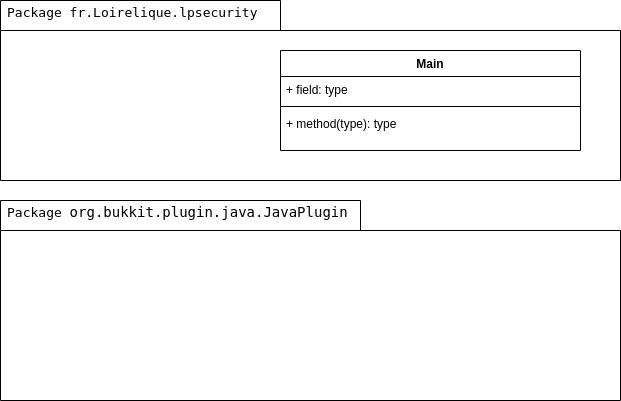
Above: doc/DiagClass-LPsecurity.drawio.png in dim-blanchard/LPsecurity (draw.io), before the change. Source tidied: cells renumbered, new cells last; positions are measured from the earlier drawing's top-left corner, leaving out a move shared by most shapes.
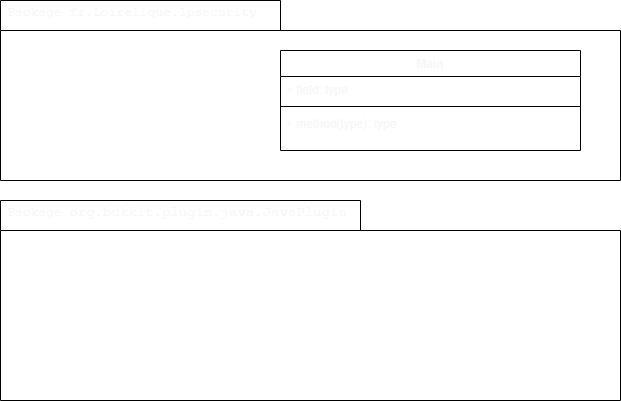
The same file after the commit.

Commit message:
Mise à jour doc

The edit, as a diff of the source:
```diff
@@ -2,22 +2,22 @@
   <root>
     <mxCell id="0" />
     <mxCell id="1" parent="0" />
-    <mxCell id="2" value="&lt;div style=&quot;font-family: &amp;quot;droid sans mono&amp;quot; , monospace , monospace ; font-size: 13px ; line-height: 19px&quot;&gt;Package fr.Loirelique.lpsecurity&lt;/div&gt;" style="shape=folder;xSize=90;align=left;spacingLeft=10;align=left;verticalAlign=top;spacingLeft=5;spacingTop=-4;tabWidth=280;tabHeight=30;tabPosition=left;html=1;strokeWidth=1;fillColor=none;gradientColor=none;fontColor=#000000;labelBorderColor=none;" parent="1" vertex="1">
+    <mxCell id="2" value="&lt;div style=&quot;font-family: &amp;quot;droid sans mono&amp;quot; , monospace , monospace ; font-size: 13px ; line-height: 19px&quot;&gt;Package fr.Loirelique.lpsecurity&lt;/div&gt;" style="shape=folder;xSize=90;align=left;spacingLeft=10;align=left;verticalAlign=top;spacingLeft=5;spacingTop=-4;tabWidth=280;tabHeight=30;tabPosition=left;html=1;strokeWidth=1;fillColor=none;gradientColor=none;fontColor=#F7F7F7;labelBorderColor=none;" parent="1" vertex="1">
       <mxGeometry width="620" height="180" as="geometry" />
     </mxCell>
-    <mxCell id="3" value="Main &#10;" style="swimlane;fontStyle=1;align=center;verticalAlign=top;horizontal=1;startSize=26;whiteSpace=wrap;fontColor=#000000;labelBorderColor=none;" parent="1" vertex="1">
+    <mxCell id="3" value="Main &#10;" style="swimlane;fontStyle=1;align=center;verticalAlign=top;horizontal=1;startSize=26;whiteSpace=wrap;fontColor=#F7F7F7;labelBorderColor=none;" parent="1" vertex="1">
       <mxGeometry x="280" y="50" width="300" height="100" as="geometry" />
     </mxCell>
-    <mxCell id="4" value="+ field: type" style="text;strokeColor=none;fillColor=none;align=left;verticalAlign=top;spacingLeft=4;spacingRight=4;overflow=hidden;fontColor=#000000;labelBorderColor=none;" parent="3" vertex="1">
+    <mxCell id="4" value="+ field: type" style="text;strokeColor=none;fillColor=none;align=left;verticalAlign=top;spacingLeft=4;spacingRight=4;overflow=hidden;fontColor=#F7F7F7;labelBorderColor=none;" parent="3" vertex="1">
       <mxGeometry y="26" width="300" height="26" as="geometry" />
     </mxCell>
-    <mxCell id="5" style="line;strokeWidth=1;fillColor=none;align=left;verticalAlign=middle;spacingTop=-1;spacingLeft=3;spacingRight=3;labelPosition=right;fontColor=#000000;labelBorderColor=none;" parent="3" vertex="1">
+    <mxCell id="5" style="line;strokeWidth=1;fillColor=none;align=left;verticalAlign=middle;spacingTop=-1;spacingLeft=3;spacingRight=3;labelPosition=right;fontColor=#F7F7F7;labelBorderColor=none;" parent="3" vertex="1">
       <mxGeometry y="52" width="300" height="8" as="geometry" />
     </mxCell>
-    <mxCell id="6" value="+ method(type): type&#10;" style="text;strokeColor=none;fillColor=none;align=left;verticalAlign=top;spacingLeft=4;spacingRight=4;overflow=hidden;fontColor=#000000;labelBorderColor=none;" parent="3" vertex="1">
+    <mxCell id="6" value="+ method(type): type&#10;" style="text;strokeColor=none;fillColor=none;align=left;verticalAlign=top;spacingLeft=4;spacingRight=4;overflow=hidden;fontColor=#F7F7F7;labelBorderColor=none;" parent="3" vertex="1">
       <mxGeometry y="60" width="300" height="40" as="geometry" />
     </mxCell>
-    <mxCell id="7" value="&lt;div style=&quot;font-family: &amp;quot;droid sans mono&amp;quot; , monospace , monospace ; font-size: 13px ; line-height: 19px&quot;&gt;&lt;font&gt;Package&amp;nbsp;&lt;span style=&quot;font-family: &amp;quot;droid sans mono&amp;quot; , monospace , monospace ; font-size: 14px&quot;&gt;org&lt;/span&gt;&lt;span style=&quot;font-family: &amp;quot;droid sans mono&amp;quot; , monospace , monospace ; font-size: 14px&quot;&gt;.&lt;/span&gt;&lt;span style=&quot;font-family: &amp;quot;droid sans mono&amp;quot; , monospace , monospace ; font-size: 14px&quot;&gt;bukkit&lt;/span&gt;&lt;span style=&quot;font-family: &amp;quot;droid sans mono&amp;quot; , monospace , monospace ; font-size: 14px&quot;&gt;.&lt;/span&gt;&lt;span style=&quot;font-family: &amp;quot;droid sans mono&amp;quot; , monospace , monospace ; font-size: 14px&quot;&gt;plugin&lt;/span&gt;&lt;span style=&quot;font-family: &amp;quot;droid sans mono&amp;quot; , monospace , monospace ; font-size: 14px&quot;&gt;.&lt;/span&gt;&lt;span style=&quot;font-family: &amp;quot;droid sans mono&amp;quot; , monospace , monospace ; font-size: 14px&quot;&gt;java&lt;/span&gt;&lt;span style=&quot;font-family: &amp;quot;droid sans mono&amp;quot; , monospace , monospace ; font-size: 14px&quot;&gt;.&lt;/span&gt;&lt;span style=&quot;font-family: &amp;quot;droid sans mono&amp;quot; , monospace , monospace ; font-size: 14px&quot;&gt;JavaPlugin&lt;/span&gt;&lt;/font&gt;&lt;/div&gt;" style="shape=folder;xSize=90;align=left;spacingLeft=10;align=left;verticalAlign=top;spacingLeft=5;spacingTop=-4;tabWidth=360;tabHeight=30;tabPosition=left;html=1;strokeWidth=1;fillColor=none;gradientColor=none;fontColor=#000000;labelBorderColor=none;" parent="1" vertex="1">
+    <mxCell id="7" value="&lt;div style=&quot;font-family: &amp;quot;droid sans mono&amp;quot; , monospace , monospace ; font-size: 13px ; line-height: 19px&quot;&gt;&lt;font&gt;Package&amp;nbsp;&lt;span style=&quot;font-family: &amp;quot;droid sans mono&amp;quot; , monospace , monospace ; font-size: 14px&quot;&gt;org&lt;/span&gt;&lt;span style=&quot;font-family: &amp;quot;droid sans mono&amp;quot; , monospace , monospace ; font-size: 14px&quot;&gt;.&lt;/span&gt;&lt;span style=&quot;font-family: &amp;quot;droid sans mono&amp;quot; , monospace , monospace ; font-size: 14px&quot;&gt;bukkit&lt;/span&gt;&lt;span style=&quot;font-family: &amp;quot;droid sans mono&amp;quot; , monospace , monospace ; font-size: 14px&quot;&gt;.&lt;/span&gt;&lt;span style=&quot;font-family: &amp;quot;droid sans mono&amp;quot; , monospace , monospace ; font-size: 14px&quot;&gt;plugin&lt;/span&gt;&lt;span style=&quot;font-family: &amp;quot;droid sans mono&amp;quot; , monospace , monospace ; font-size: 14px&quot;&gt;.&lt;/span&gt;&lt;span style=&quot;font-family: &amp;quot;droid sans mono&amp;quot; , monospace , monospace ; font-size: 14px&quot;&gt;java&lt;/span&gt;&lt;span style=&quot;font-family: &amp;quot;droid sans mono&amp;quot; , monospace , monospace ; font-size: 14px&quot;&gt;.&lt;/span&gt;&lt;span style=&quot;font-family: &amp;quot;droid sans mono&amp;quot; , monospace , monospace ; font-size: 14px&quot;&gt;JavaPlugin&lt;/span&gt;&lt;/font&gt;&lt;/div&gt;" style="shape=folder;xSize=90;align=left;spacingLeft=10;align=left;verticalAlign=top;spacingLeft=5;spacingTop=-4;tabWidth=360;tabHeight=30;tabPosition=left;html=1;strokeWidth=1;fillColor=none;gradientColor=none;fontColor=#F7F7F7;labelBorderColor=none;" parent="1" vertex="1">
       <mxGeometry y="200" width="620" height="200" as="geometry" />
     </mxCell>
   </root>
```
